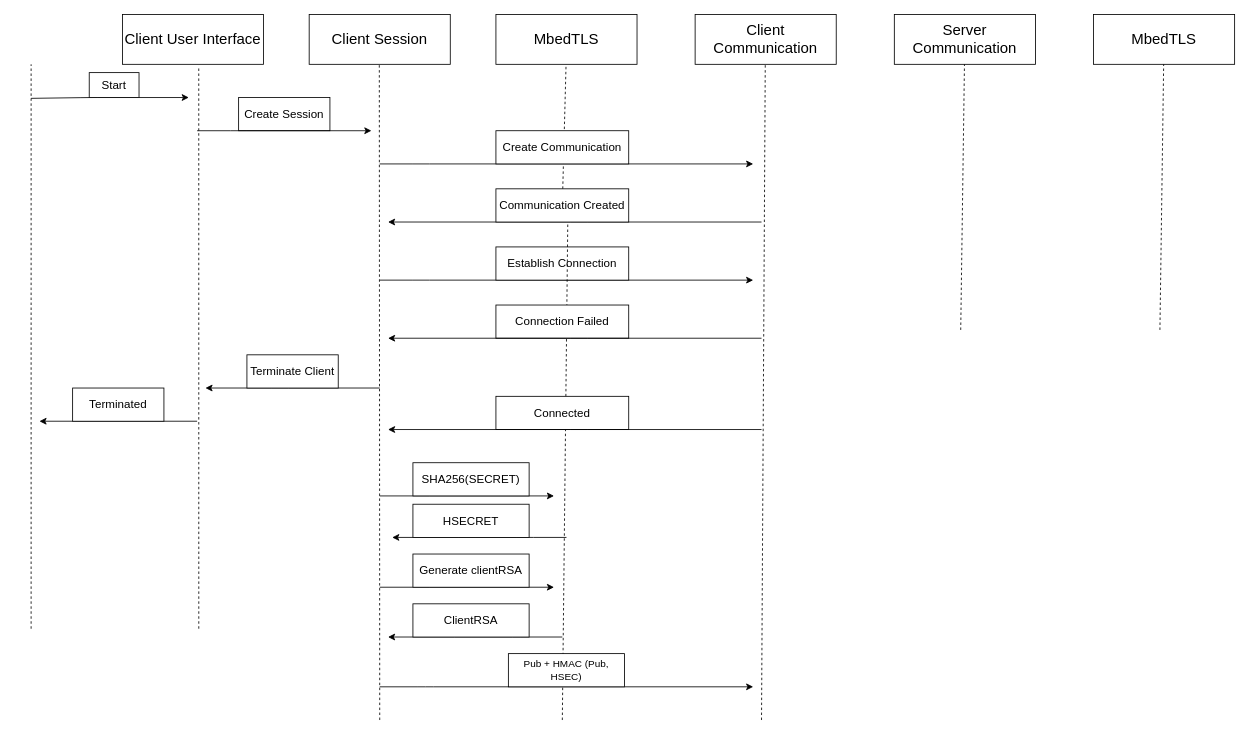
Before: docs/sequence_diagram.drawio in Danielkarlsson91/Examination-project, a draw.io diagram. Source tidied: cells renumbered, new cells numbered last; positions are measured from the earlier drawing's top-left corner, leaving out a move shared by most shapes. Both pictures are drawn from the tidied source at 83%, with x=0, y=0 at pixel (31, 14).
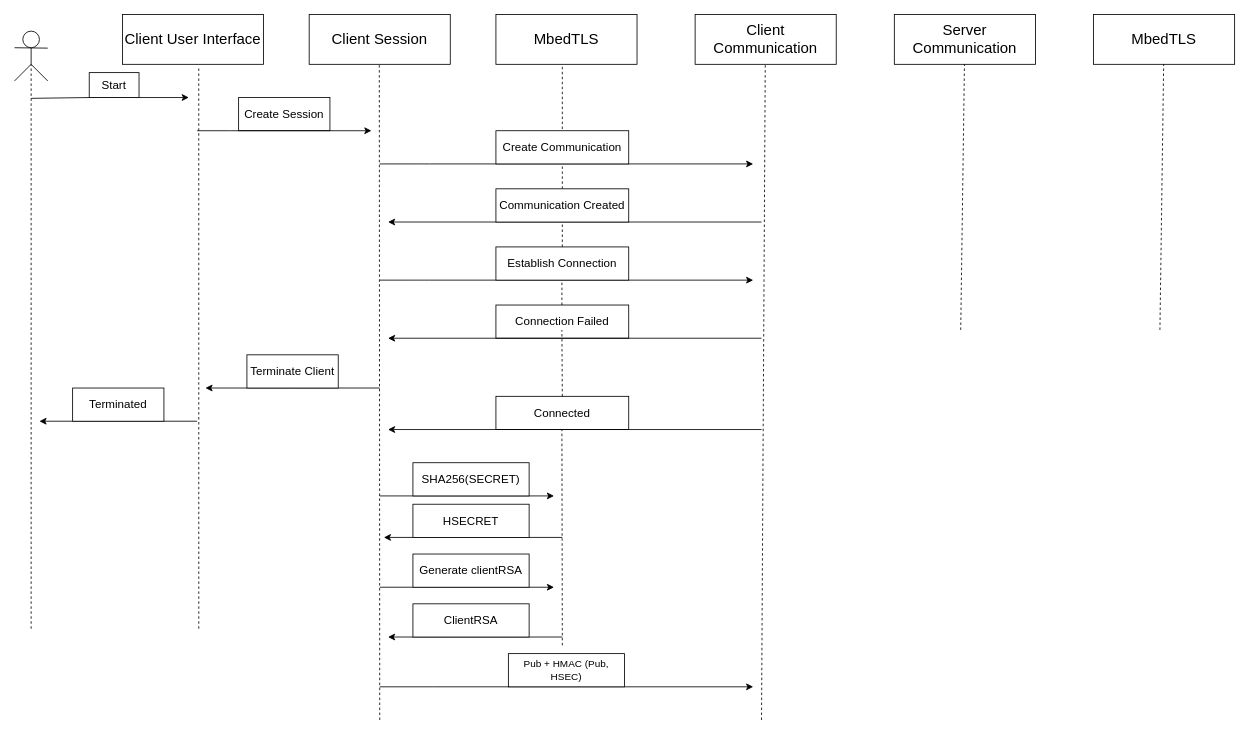
The same diagram, later.

Unchanged cells that the change refers to:
```xml
<mxCell id="27" value="&lt;font style=&quot;font-size: 14px;&quot;&gt;Establish Connection&lt;/font&gt;" style="whiteSpace=wrap;html=1;" parent="1" vertex="1">
  <mxGeometry x="560" y="280" width="160" height="40" as="geometry" />
</mxCell>
<mxCell id="29" value="&lt;font style=&quot;font-size: 14px;&quot;&gt;Communication Created&lt;/font&gt;" style="whiteSpace=wrap;html=1;" parent="1" vertex="1">
  <mxGeometry x="560" y="210" width="160" height="40" as="geometry" />
</mxCell>
<mxCell id="32" value="&lt;font style=&quot;font-size: 14px;&quot;&gt;Connected&lt;/font&gt;" style="whiteSpace=wrap;html=1;" parent="1" vertex="1">
  <mxGeometry x="560" y="460" width="160" height="40" as="geometry" />
</mxCell>
```

Diff of the diagram source:
```diff
@@
-    <mxCell id="14" style="endArrow=none;dashed=1;html=1;rounded=1;fontSize=14;targetPerimeterSpacing=0;entryX=0.541;entryY=1.033;entryDx=0;entryDy=0;entryPerimeter=0;startArrow=none;" parent="1" edge="1" source="29">
+    <mxCell id="14" style="endArrow=none;dashed=1;html=1;rounded=1;fontSize=14;targetPerimeterSpacing=0;startArrow=none;" parent="1" edge="1" source="29">
       <mxGeometry relative="1" as="geometry">
-        <mxPoint x="644.5" y="60" as="targetPoint" />
+        <mxPoint x="640" y="60" as="targetPoint" />
       </mxGeometry>
     </mxCell>
@@
-    <mxCell id="28" style="endArrow=none;dashed=1;html=1;rounded=1;fontSize=14;entryX=0.541;entryY=1.033;entryDx=0;entryDy=0;entryPerimeter=0;" parent="1" edge="1" target="29">
-      <mxGeometry relative="1" as="geometry">
-        <mxPoint x="640" y="850" as="sourcePoint" />
-      </mxGeometry>
-    </mxCell>
@@
     <mxCell id="36" style="edgeStyle=none;html=1;fontSize=14;" parent="1" edge="1">
       <mxGeometry relative="1" as="geometry">
-        <mxPoint x="645" y="630" as="sourcePoint" />
-        <mxPoint x="435" y="630" as="targetPoint" />
+        <mxPoint x="640" y="630" as="sourcePoint" />
+        <mxPoint x="425" y="630" as="targetPoint" />
         <Array as="points">
-          <mxPoint x="595" y="630" />
-          <mxPoint x="525" y="630" />
+          <mxPoint x="585" y="630" />
+          <mxPoint x="515" y="630" />
         </Array>
       </mxGeometry>
     </mxCell>
@@
+    <mxCell id="44" style="endArrow=none;html=1;" parent="1" edge="1">
+      <mxGeometry relative="1" as="geometry">
+        <mxPoint x="-20" y="80" as="sourcePoint" />
+        <mxPoint y="60" as="targetPoint" />
+      </mxGeometry>
+    </mxCell>
+    <mxCell id="45" style="endArrow=none;html=1;" parent="1" edge="1">
+      <mxGeometry relative="1" as="geometry">
+        <mxPoint y="60" as="sourcePoint" />
+        <mxPoint x="20" y="80" as="targetPoint" />
+      </mxGeometry>
+    </mxCell>
+    <mxCell id="46" style="endArrow=none;html=1;" parent="1" edge="1">
+      <mxGeometry relative="1" as="geometry">
+        <mxPoint y="60" as="sourcePoint" />
+        <mxPoint y="40" as="targetPoint" />
+      </mxGeometry>
+    </mxCell>
+    <mxCell id="47" style="endArrow=none;html=1;" parent="1" edge="1">
+      <mxGeometry relative="1" as="geometry">
+        <mxPoint x="-20" y="40" as="sourcePoint" />
+        <mxPoint x="20" y="40.5" as="targetPoint" />
+      </mxGeometry>
+    </mxCell>
+    <mxCell id="48" style="ellipse;whiteSpace=wrap;html=1;" parent="1" vertex="1">
+      <mxGeometry x="-10" y="20" width="20" height="20" as="geometry" />
+    </mxCell>
+    <mxCell id="49" style="endArrow=none;dashed=1;html=1;exitX=0.5;exitY=0;exitDx=0;exitDy=0;" parent="1" edge="1" source="27">
+      <mxGeometry relative="1" as="geometry">
+        <mxPoint x="640" y="250" as="targetPoint" />
+      </mxGeometry>
+    </mxCell>
+    <mxCell id="50" style="endArrow=none;dashed=1;html=1;exitX=0.5;exitY=0;exitDx=0;exitDy=0;" parent="1" edge="1" source="32">
+      <mxGeometry relative="1" as="geometry">
+        <mxPoint x="639.5" y="380" as="targetPoint" />
+      </mxGeometry>
+    </mxCell>
+    <mxCell id="51" style="endArrow=none;dashed=1;html=1;exitX=0.5;exitY=0;exitDx=0;exitDy=0;" parent="1" edge="1">
+      <mxGeometry relative="1" as="geometry">
+        <mxPoint x="639.5" y="350" as="sourcePoint" />
+        <mxPoint x="639.5" y="320" as="targetPoint" />
+      </mxGeometry>
+    </mxCell>
+    <mxCell id="52" style="endArrow=none;dashed=1;html=1;" parent="1" edge="1">
+      <mxGeometry relative="1" as="geometry">
+        <mxPoint x="640" y="760" as="sourcePoint" />
+        <mxPoint x="639.5" y="500" as="targetPoint" />
+      </mxGeometry>
+    </mxCell>
```
